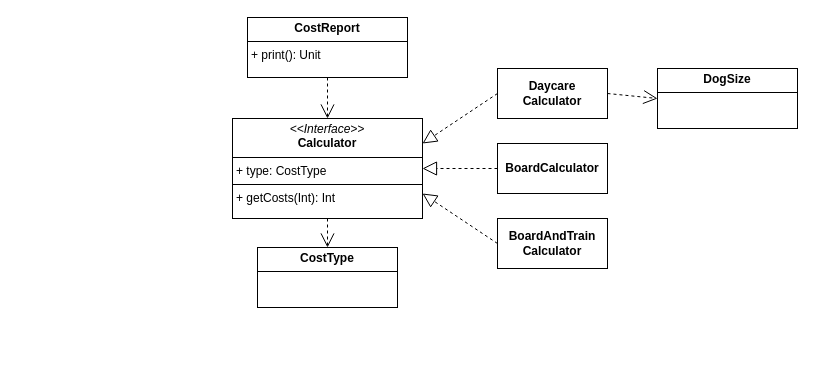
This is page "LSP_solve" (5 of 9) of docs/SOLID_principles_examples.drawio from ievakrumina/solid-playground, a draw.io file, before an edit. Source tidied: cells renumbered, new cells numbered last; positions are measured from the earlier drawing's top-left corner, leaving out a move shared by most shapes. Both pictures are drawn from the tidied source at 100%, with x=0, y=0 at pixel (232, 17).
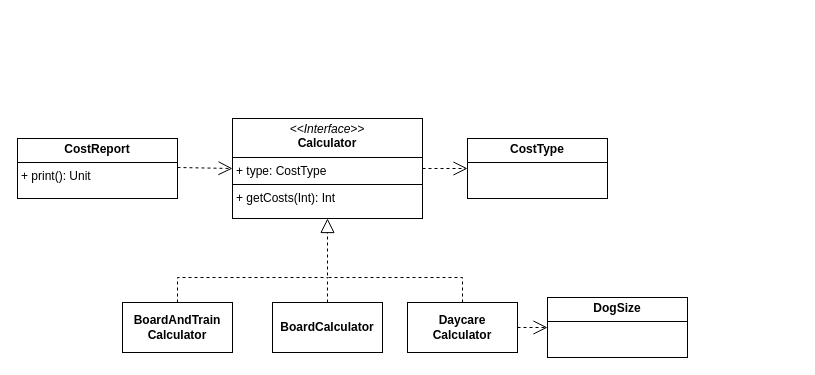
The same page after the edit.

The edit, as a diff of the source:
```diff
@@
 <mxGraphModel>
   <root>
     <mxCell id="0" />
     <mxCell id="1" parent="0" />
     <mxCell id="2" value="&lt;p style=&quot;margin:0px;margin-top:4px;text-align:center;&quot;&gt;&lt;b&gt;CostReport&lt;/b&gt;&lt;/p&gt;&lt;hr size=&quot;1&quot; style=&quot;border-style:solid;&quot;&gt;&lt;p style=&quot;margin:0px;margin-left:4px;&quot;&gt;&lt;span style=&quot;background-color: initial;&quot;&gt;+ print(): Unit&lt;/span&gt;&lt;br&gt;&lt;/p&gt;" style="verticalAlign=top;align=left;overflow=fill;html=1;whiteSpace=wrap;" parent="1" vertex="1">
-      <mxGeometry x="15" width="160" height="60" as="geometry" />
+      <mxGeometry x="-215" y="121" width="160" height="60" as="geometry" />
     </mxCell>
     <mxCell id="3" value="&lt;p style=&quot;margin:0px;margin-top:4px;text-align:center;&quot;&gt;&lt;b&gt;CostType&lt;/b&gt;&lt;/p&gt;&lt;hr size=&quot;1&quot; style=&quot;border-style:solid;&quot;&gt;&lt;div style=&quot;height:2px;&quot;&gt;&lt;/div&gt;" style="verticalAlign=top;align=left;overflow=fill;html=1;whiteSpace=wrap;" parent="1" vertex="1">
-      <mxGeometry x="25" y="230" width="140" height="60" as="geometry" />
+      <mxGeometry x="235" y="121" width="140" height="60" as="geometry" />
     </mxCell>
     <mxCell id="4" value="&lt;p style=&quot;margin:0px;margin-top:4px;text-align:center;&quot;&gt;&lt;i&gt;&amp;lt;&amp;lt;Interface&amp;gt;&amp;gt;&lt;/i&gt;&lt;br&gt;&lt;b&gt;Calculator&lt;/b&gt;&lt;/p&gt;&lt;hr size=&quot;1&quot; style=&quot;border-style:solid;&quot;&gt;&lt;p style=&quot;margin:0px;margin-left:4px;&quot;&gt;+ type: CostType&lt;br&gt;&lt;/p&gt;&lt;hr size=&quot;1&quot; style=&quot;border-style:solid;&quot;&gt;&lt;p style=&quot;margin:0px;margin-left:4px;&quot;&gt;+ getCosts(Int): Int&lt;br&gt;&lt;/p&gt;" style="verticalAlign=top;align=left;overflow=fill;html=1;whiteSpace=wrap;" parent="1" vertex="1">
       <mxGeometry y="101" width="190" height="100" as="geometry" />
     </mxCell>
     <mxCell id="5" value="&lt;b&gt;BoardCalculator&lt;/b&gt;" style="html=1;whiteSpace=wrap;" parent="1" vertex="1">
-      <mxGeometry x="265" y="126" width="110" height="50" as="geometry" />
+      <mxGeometry x="40" y="285" width="110" height="50" as="geometry" />
     </mxCell>
     <mxCell id="6" value="&lt;b&gt;BoardAndTrain&lt;br&gt;Calculator&lt;/b&gt;" style="html=1;whiteSpace=wrap;" parent="1" vertex="1">
-      <mxGeometry x="265" y="201" width="110" height="50" as="geometry" />
+      <mxGeometry x="-110" y="285" width="110" height="50" as="geometry" />
     </mxCell>
     <mxCell id="7" value="&lt;p style=&quot;margin:0px;margin-top:4px;text-align:center;&quot;&gt;&lt;b&gt;DogSize&lt;/b&gt;&lt;/p&gt;&lt;hr size=&quot;1&quot; style=&quot;border-style:solid;&quot;&gt;&lt;div style=&quot;height:2px;&quot;&gt;&lt;/div&gt;" style="verticalAlign=top;align=left;overflow=fill;html=1;whiteSpace=wrap;" parent="1" vertex="1">
-      <mxGeometry x="425" y="51" width="140" height="60" as="geometry" />
+      <mxGeometry x="315" y="280" width="140" height="60" as="geometry" />
     </mxCell>
     <mxCell id="8" value="&lt;b&gt;Daycare&lt;br&gt;Calculator&lt;/b&gt;" style="html=1;whiteSpace=wrap;" parent="1" vertex="1">
-      <mxGeometry x="265" y="51" width="110" height="50" as="geometry" />
+      <mxGeometry x="175" y="285" width="110" height="50" as="geometry" />
     </mxCell>
-    <mxCell id="9" style="endArrow=open;endSize=12;dashed=1;html=1;rounded=0;exitX=0.5;exitY=1;exitDx=0;exitDy=0;entryX=0.5;entryY=0;entryDx=0;entryDy=0;" parent="1" edge="1" source="2" target="4">
-      <mxGeometry relative="1" as="geometry" />
+    <mxCell id="9" style="endArrow=open;endSize=12;dashed=1;html=1;rounded=0;entryX=0;entryY=0.5;entryDx=0;entryDy=0;" parent="1" edge="1" target="4">
+      <mxGeometry relative="1" as="geometry">
+        <mxPoint x="-55" y="150" as="sourcePoint" />
+      </mxGeometry>
     </mxCell>
-    <mxCell id="10" style="endArrow=open;endSize=12;dashed=1;html=1;rounded=0;exitX=0.5;exitY=1;exitDx=0;exitDy=0;entryX=0.5;entryY=0;entryDx=0;entryDy=0;" parent="1" edge="1" source="4" target="3">
+    <mxCell id="10" style="endArrow=open;endSize=12;dashed=1;html=1;rounded=0;exitX=1;exitY=0.5;exitDx=0;exitDy=0;" parent="1" edge="1" source="4" target="3">
       <mxGeometry relative="1" as="geometry" />
     </mxCell>
     <mxCell id="11" style="endArrow=open;endSize=12;dashed=1;html=1;rounded=0;exitX=1;exitY=0.5;exitDx=0;exitDy=0;entryX=0;entryY=0.5;entryDx=0;entryDy=0;" parent="1" edge="1" source="8" target="7">
       <mxGeometry relative="1" as="geometry" />
     </mxCell>
-    <mxCell id="12" style="endArrow=block;dashed=1;endFill=0;endSize=12;html=1;rounded=0;exitX=0;exitY=0.5;exitDx=0;exitDy=0;entryX=1;entryY=0.25;entryDx=0;entryDy=0;" parent="1" edge="1" source="8" target="4">
-      <mxGeometry relative="1" as="geometry" />
+    <mxCell id="12" style="endArrow=block;dashed=1;endFill=0;endSize=12;html=1;rounded=0;exitX=0.5;exitY=0;exitDx=0;exitDy=0;entryX=0.5;entryY=1;entryDx=0;entryDy=0;" parent="1" edge="1" source="8" target="4">
+      <mxGeometry relative="1" as="geometry">
+        <Array as="points">
+          <mxPoint x="230" y="260" />
+          <mxPoint x="95" y="260" />
+        </Array>
+      </mxGeometry>
     </mxCell>
+    <mxCell id="14" style="endArrow=none;dashed=1;endFill=0;endSize=12;html=1;rounded=0;exitX=0.5;exitY=0;exitDx=0;exitDy=0;" parent="1" edge="1" source="6">
+      <mxGeometry relative="1" as="geometry">
+        <mxPoint x="95" y="260" as="targetPoint" />
+        <Array as="points">
+          <mxPoint x="-55" y="260" />
+          <mxPoint x="95" y="260" />
+        </Array>
+      </mxGeometry>
+    </mxCell>
-    <mxCell id="13" style="endArrow=block;dashed=1;endFill=0;endSize=12;html=1;rounded=0;exitX=0;exitY=0.5;exitDx=0;exitDy=0;entryX=1;entryY=0.5;entryDx=0;entryDy=0;" parent="1" edge="1" source="5" target="4">
-      <mxGeometry relative="1" as="geometry" />
+    <mxCell id="13" style="endArrow=none;dashed=1;endFill=0;endSize=12;html=1;rounded=0;exitX=0.5;exitY=0;exitDx=0;exitDy=0;" parent="1" edge="1" source="5">
+      <mxGeometry relative="1" as="geometry">
+        <mxPoint x="95" y="260" as="targetPoint" />
+      </mxGeometry>
     </mxCell>
-    <mxCell id="14" style="endArrow=block;dashed=1;endFill=0;endSize=12;html=1;rounded=0;exitX=0;exitY=0.5;exitDx=0;exitDy=0;entryX=1;entryY=0.75;entryDx=0;entryDy=0;" parent="1" edge="1" source="6" target="4">
-      <mxGeometry relative="1" as="geometry" />
-    </mxCell>
   </root>
 </mxGraphModel>
```
